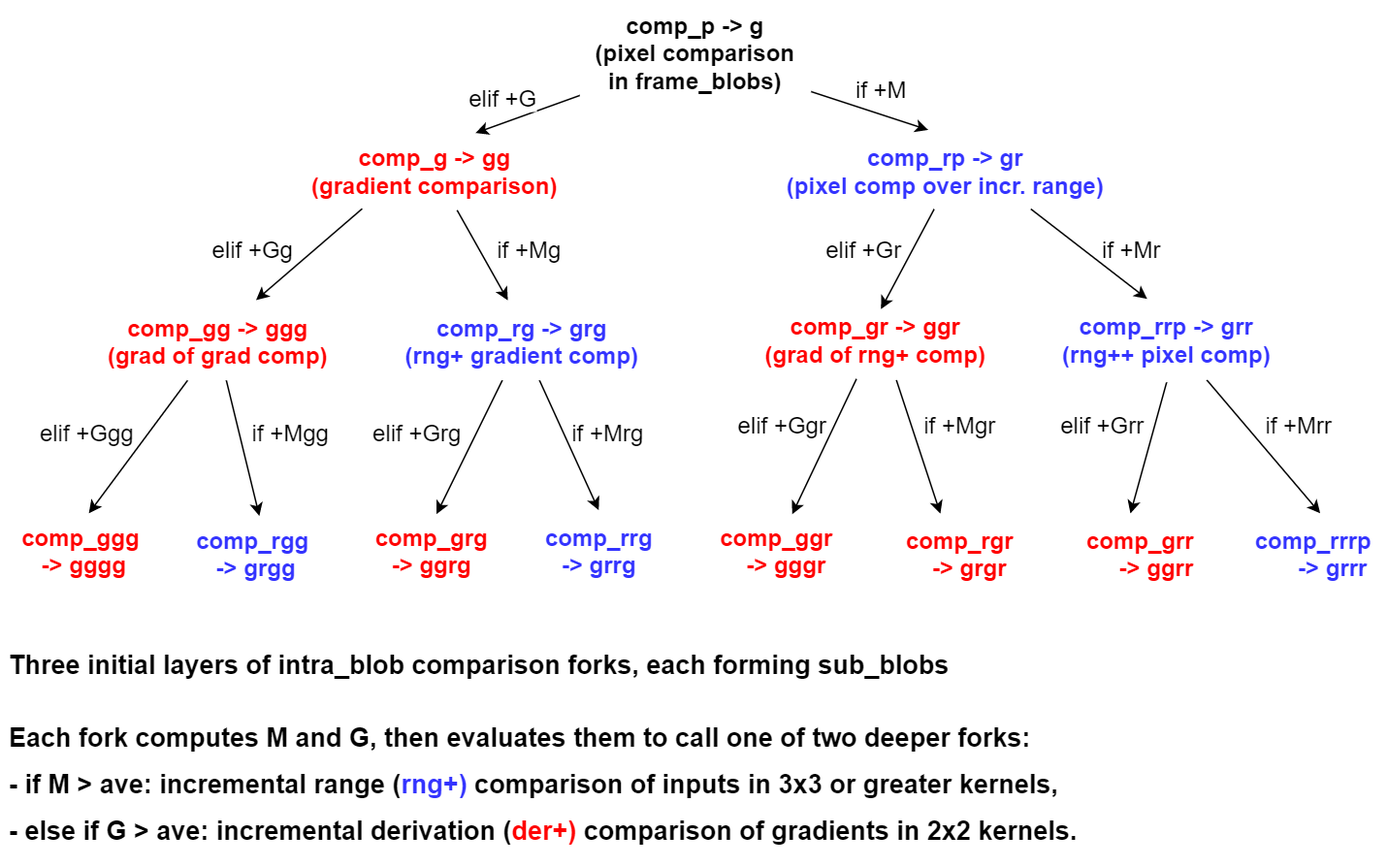
boris-kz/CogAlg keeps this draw.io diagram as frame_2D_alg/Illustrations/intra_blob_2_fork_scheme.png. Above is the earlier version. Source tidied: cells renumbered, new cells last; positions are measured from the earlier drawing's top-left corner, leaving out a move shared by most shapes.
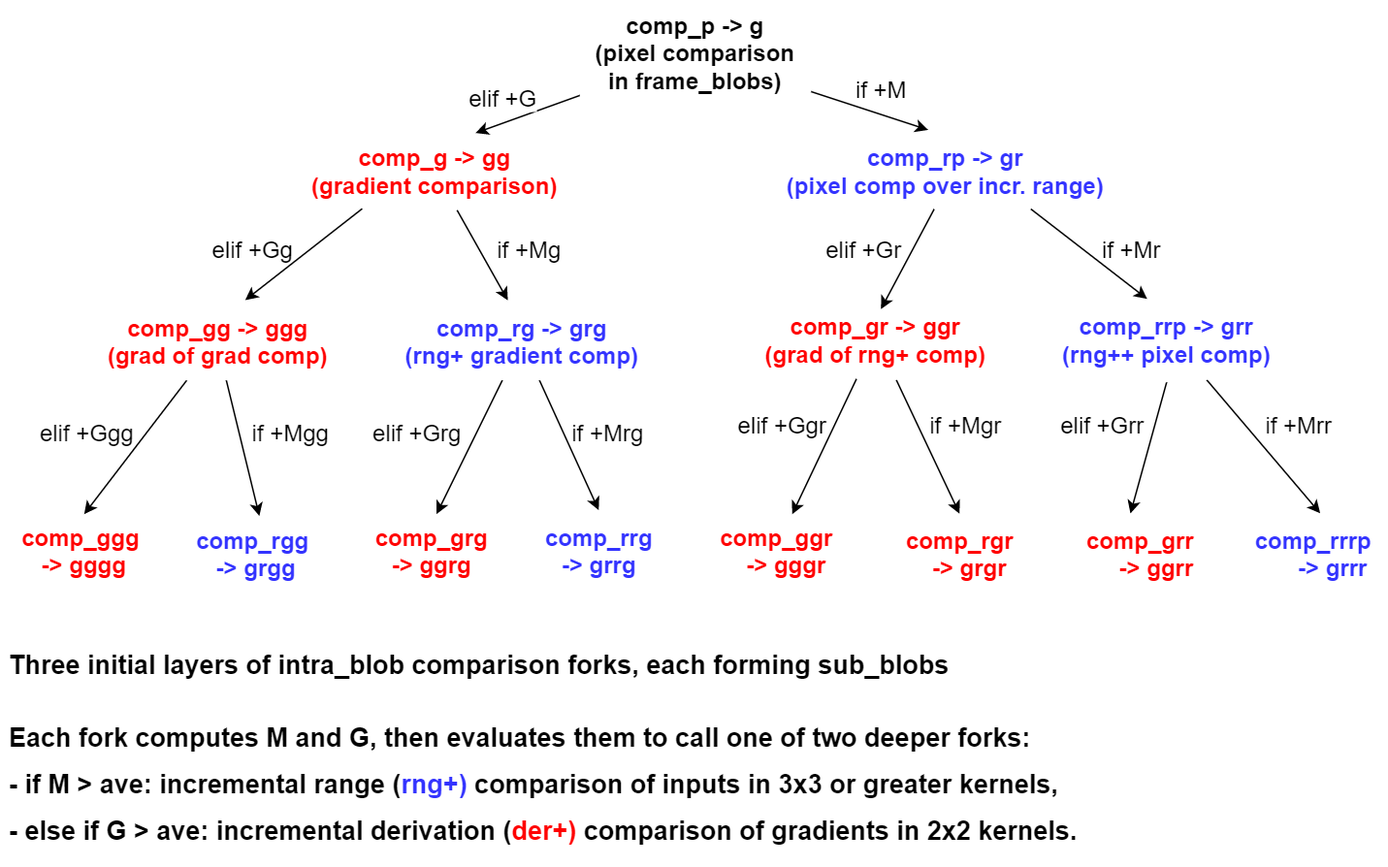
The same file after the commit.

Commit message:
edited line_patterns_draft, Chee edited intra_blob, Maria edited intra_comp

What changed in the source:
```diff
@@ -22,7 +22,7 @@
     <mxCell id="7" value="&lt;b&gt;&lt;span&gt;&lt;font color=&quot;#ff0000&quot;&gt;comp_g -&amp;gt; gg&lt;br&gt;(gradient comparison)&lt;/font&gt;&lt;/span&gt;&lt;/b&gt;&lt;b style=&quot;font-size: 16px&quot;&gt;&lt;font style=&quot;font-size: 16px&quot;&gt;&lt;br style=&quot;font-size: 16px&quot;&gt;&lt;/font&gt;&lt;/b&gt;" style="text;html=1;align=center;verticalAlign=middle;points=[];strokeWidth=1;fontSize=16;fontColor=#000000;spacing=6;" parent="1" vertex="1">
       <mxGeometry x="203" y="90" width="191" height="54" as="geometry" />
     </mxCell>
-    <mxCell id="8" style="endArrow=classic;html=1;strokeWidth=1;fontSize=16;fontColor=#000000;spacing=6;entryX=0.656;entryY=-0.022;entryDx=0;entryDy=0;entryPerimeter=0;exitX=0.238;exitY=0.981;exitDx=0;exitDy=0;exitPerimeter=0;" parent="1" edge="1" source="7" target="9">
+    <mxCell id="8" style="endArrow=classic;html=1;strokeWidth=1;fontSize=16;fontColor=#000000;spacing=6;entryX=0.613;entryY=-0.022;entryDx=0;entryDy=0;entryPerimeter=0;exitX=0.238;exitY=0.981;exitDx=0;exitDy=0;exitPerimeter=0;" parent="1" edge="1" source="7" target="9">
       <mxGeometry relative="1" as="geometry" />
     </mxCell>
     <mxCell id="9" value="&lt;b&gt;&lt;span&gt;&lt;font color=&quot;#ff0000&quot;&gt;comp_gg&amp;nbsp;-&amp;gt; ggg&lt;br&gt;(grad of grad comp)&lt;/font&gt;&lt;/span&gt;&lt;/b&gt;&lt;b style=&quot;font-size: 16px&quot;&gt;&lt;font style=&quot;font-size: 16px&quot;&gt;&lt;br style=&quot;font-size: 16px&quot;&gt;&lt;/font&gt;&lt;/b&gt;" style="text;html=1;align=center;verticalAlign=middle;points=[];strokeWidth=1;fontSize=16;fontColor=#000000;spacing=6;" parent="1" vertex="1">
@@ -48,7 +48,7 @@
     <mxCell id="15" value="&lt;font style=&quot;font-size: 16px&quot;&gt;&lt;b style=&quot;font-size: 16px&quot;&gt;&lt;span style=&quot;font-size: 16px ; background-color: rgb(255 , 255 , 255)&quot;&gt;&lt;font color=&quot;#3333ff&quot;&gt;comp_rrp -&amp;gt; grr&lt;br style=&quot;font-size: 16px&quot;&gt;(&lt;/font&gt;&lt;/span&gt;&lt;/b&gt;&lt;b&gt;&lt;span style=&quot;background-color: rgb(255 , 255 , 255)&quot;&gt;&lt;font color=&quot;#3333ff&quot;&gt;rng++&amp;nbsp;&lt;/font&gt;&lt;/span&gt;&lt;/b&gt;&lt;b style=&quot;font-size: 16px&quot;&gt;&lt;span style=&quot;font-size: 16px ; background-color: rgb(255 , 255 , 255)&quot;&gt;&lt;font color=&quot;#3333ff&quot;&gt;pixel comp)&lt;/font&gt;&lt;/span&gt;&lt;br style=&quot;font-size: 16px&quot;&gt;&lt;/b&gt;&lt;/font&gt;" style="text;html=1;align=center;verticalAlign=middle;points=[];strokeWidth=1;fontSize=16;fontColor=#000000;spacing=6;" parent="1" vertex="1">
       <mxGeometry x="718" y="206" width="165" height="54" as="geometry" />
     </mxCell>
-    <mxCell id="16" style="endArrow=classic;html=1;strokeWidth=1;fontSize=16;fontColor=#000000;spacing=6;entryX=0.538;entryY=0.015;entryDx=0;entryDy=0;entryPerimeter=0;" parent="1" edge="1" source="9" target="17">
+    <mxCell id="16" style="endArrow=classic;html=1;strokeWidth=1;fontSize=16;fontColor=#000000;spacing=6;entryX=0.508;entryY=0.023;entryDx=0;entryDy=0;entryPerimeter=0;" parent="1" edge="1" source="9" target="17">
       <mxGeometry relative="1" as="geometry" />
     </mxCell>
     <mxCell id="17" value="&lt;b style=&quot;font-size: 16px&quot;&gt;&lt;font style=&quot;font-size: 16px&quot;&gt;&lt;span style=&quot;font-size: 16px ; background-color: rgb(255 , 255 , 255)&quot;&gt;&lt;font color=&quot;#ff0000&quot;&gt;comp_ggg&amp;nbsp;&lt;br&gt;-&amp;gt; gggg&lt;br style=&quot;font-size: 16px&quot;&gt;&lt;/font&gt;&lt;/span&gt;&lt;br style=&quot;font-size: 16px&quot;&gt;&lt;/font&gt;&lt;/b&gt;" style="text;html=1;align=center;verticalAlign=middle;points=[];fontSize=16;fontColor=#000000;spacing=6;spacingTop=0;" parent="1" vertex="1">
@@ -71,7 +71,7 @@
         <mxPoint x="544" y="353" as="targetPoint" />
       </mxGeometry>
     </mxCell>
-    <mxCell id="23" style="endArrow=classic;html=1;strokeWidth=1;fontSize=16;fontColor=#000000;entryX=0.363;entryY=-0.005;entryDx=0;entryDy=0;entryPerimeter=0;spacing=6;exitX=0.584;exitY=1.015;exitDx=0;exitDy=0;exitPerimeter=0;" parent="1" edge="1" source="13" target="29">
+    <mxCell id="23" style="endArrow=classic;html=1;strokeWidth=1;fontSize=16;fontColor=#000000;entryX=0.5;entryY=-0.005;entryDx=0;entryDy=0;entryPerimeter=0;spacing=6;exitX=0.584;exitY=1.015;exitDx=0;exitDy=0;exitPerimeter=0;" parent="1" edge="1" source="13" target="29">
       <mxGeometry relative="1" as="geometry" />
     </mxCell>
     <mxCell id="24" style="endArrow=classic;html=1;strokeWidth=1;fontSize=16;fontColor=#000000;spacing=6;entryX=0.548;entryY=-0.009;entryDx=0;entryDy=0;entryPerimeter=0;exitX=0.673;exitY=1.015;exitDx=0;exitDy=0;exitPerimeter=0;" parent="1" edge="1" source="15" target="31">
@@ -132,7 +132,7 @@
       <mxGeometry x="502" y="281" width="71" height="23" as="geometry" />
     </mxCell>
     <mxCell id="43" value="if +Mgr" style="text;html=1;align=center;verticalAlign=middle;fontSize=16;" parent="1" vertex="1">
-      <mxGeometry x="629.5" y="281" width="59" height="23" as="geometry" />
+      <mxGeometry x="633" y="281" width="59" height="23" as="geometry" />
     </mxCell>
     <mxCell id="44" value="elif +Grr" style="text;html=1;align=center;verticalAlign=middle;fontSize=16;" parent="1" vertex="1">
       <mxGeometry x="723" y="281" width="67" height="23" as="geometry" />
```
